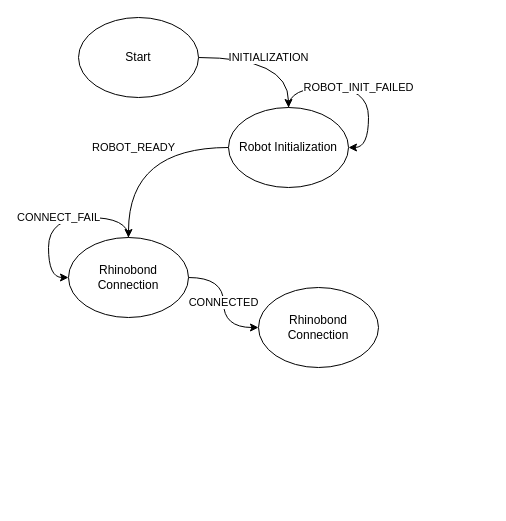
The draw.io diagram RobotStateMachine.drawio in samiframadhan/drawio, before the edit. Source tidied: cells renumbered, new cells numbered last; positions are measured from the earlier drawing's top-left corner, leaving out a move shared by most shapes. Both pictures are drawn from the tidied source at 100%, with x=0, y=0 at pixel (48, 17).
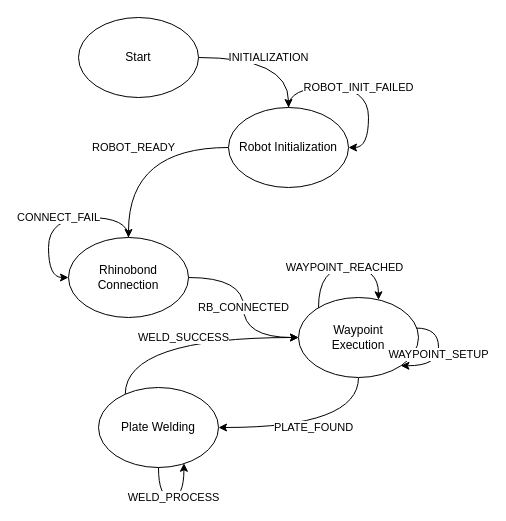
The same page after the edit.

The change refers to these unchanged cells:
```xml
<mxCell id="7" value="Rhinobond Connection" style="ellipse;whiteSpace=wrap;html=1;" parent="1" vertex="1">
  <mxGeometry x="20" y="220" width="120" height="80" as="geometry" />
</mxCell>
```

What changed in the source:
```diff
@@
-    <mxCell id="6" value="CONNECTED" style="edgeStyle=orthogonalEdgeStyle;rounded=0;jettySize=auto;html=1;curved=1;" parent="1" edge="1" source="7" target="9">
+    <mxCell id="6" value="RB_CONNECTED" style="edgeStyle=orthogonalEdgeStyle;rounded=0;jettySize=auto;html=1;curved=1;" parent="1" edge="1" source="7" target="9">
       <mxGeometry relative="1" as="geometry" />
     </mxCell>
@@
+    <mxCell id="11" value="PLATE_FOUND" style="edgeStyle=orthogonalEdgeStyle;rounded=0;jettySize=auto;html=1;entryX=1;entryY=0.5;entryDx=0;entryDy=0;curved=1;" parent="1" edge="1" source="9" target="14">
+      <mxGeometry relative="1" as="geometry">
+        <Array as="points">
+          <mxPoint x="310" y="410" />
+        </Array>
+      </mxGeometry>
+    </mxCell>
-    <mxCell id="9" value="Rhinobond Connection" style="ellipse;whiteSpace=wrap;html=1;" parent="1" vertex="1">
-      <mxGeometry x="210" y="270" width="120" height="80" as="geometry" />
+    <mxCell id="9" value="Waypoint &lt;br&gt;Execution" style="ellipse;whiteSpace=wrap;html=1;" parent="1" vertex="1">
+      <mxGeometry x="250" y="280" width="120" height="80" as="geometry" />
     </mxCell>
@@
+    <mxCell id="12" value="WAYPOINT_REACHED" style="edgeStyle=orthogonalEdgeStyle;rounded=0;orthogonalLoop=1;jettySize=auto;html=1;curved=1;" parent="1" edge="1" source="9" target="9">
+      <mxGeometry relative="1" as="geometry">
+        <Array as="points">
+          <mxPoint x="270" y="250" />
+          <mxPoint x="330" y="250" />
+        </Array>
+      </mxGeometry>
+    </mxCell>
+    <mxCell id="13" value="WELD_SUCCESS" style="edgeStyle=orthogonalEdgeStyle;rounded=0;jettySize=auto;html=1;entryX=0;entryY=0.5;entryDx=0;entryDy=0;curved=1;exitX=0.223;exitY=0.086;exitDx=0;exitDy=0;exitPerimeter=0;" parent="1" edge="1" source="14" target="9">
+      <mxGeometry relative="1" as="geometry">
+        <Array as="points">
+          <mxPoint x="77" y="320" />
+        </Array>
+      </mxGeometry>
+    </mxCell>
+    <mxCell id="14" value="Plate Welding" style="ellipse;whiteSpace=wrap;html=1;" parent="1" vertex="1">
+      <mxGeometry x="50" y="370" width="120" height="80" as="geometry" />
+    </mxCell>
+    <mxCell id="15" value="WELD_PROCESS" style="edgeStyle=orthogonalEdgeStyle;rounded=0;orthogonalLoop=1;jettySize=auto;html=1;entryX=0.712;entryY=0.947;entryDx=0;entryDy=0;entryPerimeter=0;curved=1;exitX=0.5;exitY=1;exitDx=0;exitDy=0;" parent="1" edge="1" source="14" target="14">
+      <mxGeometry relative="1" as="geometry">
+        <Array as="points">
+          <mxPoint x="110" y="480" />
+          <mxPoint x="135" y="480" />
+          <mxPoint x="135" y="446" />
+        </Array>
+      </mxGeometry>
+    </mxCell>
+    <mxCell id="16" value="WAYPOINT_SETUP" style="edgeStyle=orthogonalEdgeStyle;rounded=0;orthogonalLoop=1;jettySize=auto;html=1;entryX=1;entryY=1;entryDx=0;entryDy=0;curved=1;exitX=0.98;exitY=0.382;exitDx=0;exitDy=0;exitPerimeter=0;" parent="1" edge="1" source="9" target="9">
+      <mxGeometry relative="1" as="geometry">
+        <Array as="points">
+          <mxPoint x="390" y="311" />
+          <mxPoint x="390" y="348" />
+        </Array>
+      </mxGeometry>
+    </mxCell>
```
